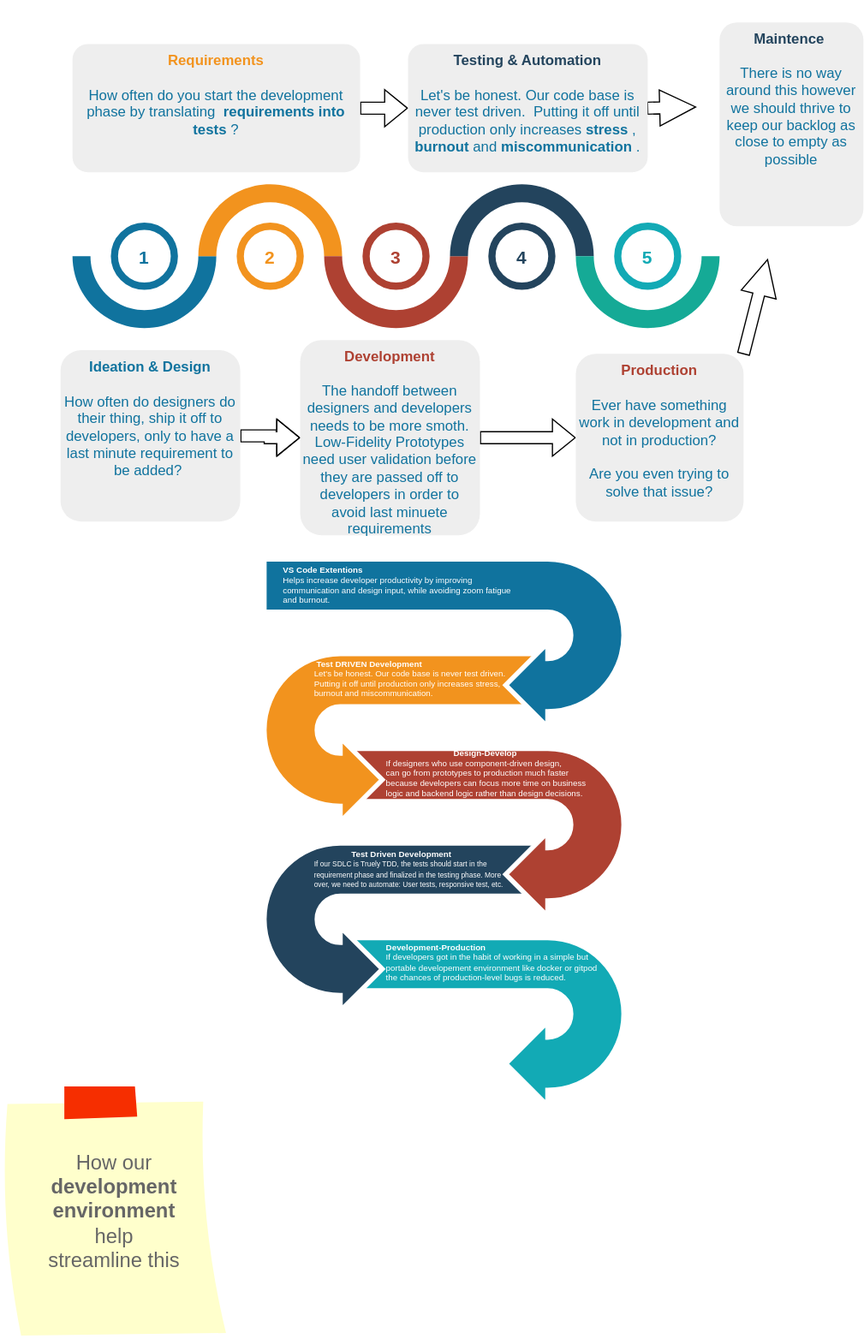
The draw.io diagram CollaborationTemplates/SDLC.drawio.svg in HansUXdev/GhostPlate, before a commit. Source tidied: cells renumbered, new cells last; positions are measured from the earlier drawing's top-left corner, leaving out a move shared by most shapes.
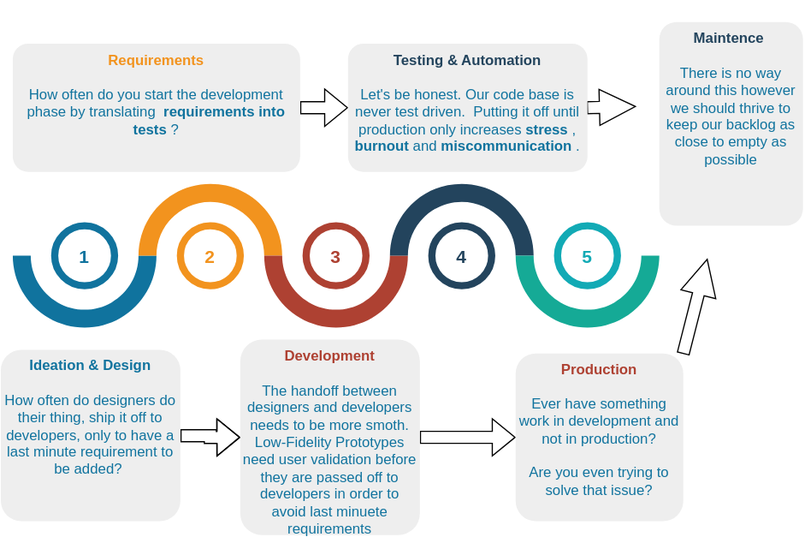
The same file after the commit.

The edit, as a diff of the source:
```diff
@@ -2,36 +2,6 @@
   <root>
     <mxCell id="0" />
     <mxCell id="1" parent="0" />
-    <mxCell id="2" style="html=1;shadow=0;dashed=0;align=center;verticalAlign=middle;shape=mxgraph.arrows2.uTurnArrow;dy=22;arrowHead=70;dx2=35;strokeColor=#ffffff;fillColor=#12AAB5;fontSize=12;fontColor=#3333FF;flipH=1;flipV=1;strokeWidth=4;" parent="1" vertex="1">
-      <mxGeometry x="290" y="766" width="230" height="140" as="geometry" />
-    </mxCell>
-    <mxCell id="3" style="html=1;shadow=0;dashed=0;align=center;verticalAlign=middle;shape=mxgraph.arrows2.uTurnArrow;dy=22;arrowHead=70;dx2=35;strokeColor=#ffffff;fillColor=#23445D;fontSize=12;fontColor=#3333FF;flipV=1;strokeWidth=4;" parent="1" vertex="1">
-      <mxGeometry x="220" y="687" width="230" height="140" as="geometry" />
-    </mxCell>
-    <mxCell id="4" style="html=1;shadow=0;dashed=0;align=center;verticalAlign=middle;shape=mxgraph.arrows2.uTurnArrow;dy=22;arrowHead=70;dx2=35;strokeColor=#ffffff;fillColor=#AE4132;fontSize=12;fontColor=#3333FF;flipH=1;flipV=1;strokeWidth=4;" parent="1" vertex="1">
-      <mxGeometry x="290" y="608" width="230" height="140" as="geometry" />
-    </mxCell>
-    <mxCell id="5" style="html=1;shadow=0;dashed=0;align=center;verticalAlign=middle;shape=mxgraph.arrows2.uTurnArrow;dy=22;arrowHead=70;dx2=35;strokeColor=#ffffff;fillColor=#F2931E;fontSize=12;fontColor=#3333FF;flipV=1;strokeWidth=4;" parent="1" vertex="1">
-      <mxGeometry x="220" y="529" width="230" height="140" as="geometry" />
-    </mxCell>
-    <mxCell id="6" style="html=1;shadow=0;dashed=0;align=center;verticalAlign=middle;shape=mxgraph.arrows2.uTurnArrow;dy=22;arrowHead=70;dx2=35;strokeColor=#ffffff;fillColor=#10739E;fontSize=12;fontColor=#3333FF;flipH=1;flipV=1;strokeWidth=4;" parent="1" vertex="1">
-      <mxGeometry x="220" y="450" width="300" height="140" as="geometry" />
-    </mxCell>
-    <mxCell id="7" value="&lt;b&gt;VS Code Extentions&amp;nbsp;&lt;/b&gt;&lt;br style=&quot;font-size: 7px&quot;&gt;Helps increase developer productivity by improving communication and design input, while avoiding zoom fatigue and burnout." style="rounded=0;whiteSpace=wrap;shadow=0;strokeColor=none;strokeWidth=6;fillColor=none;fontSize=7;fontColor=#FFFFFF;align=left;html=1;spacingLeft=5;" parent="1" vertex="1">
-      <mxGeometry x="229" y="453" width="210" height="37" as="geometry" />
-    </mxCell>
-    <mxCell id="8" value="&lt;b style=&quot;font-size: 7px&quot;&gt;&amp;nbsp;Test DRIVEN Development&lt;/b&gt;&lt;br style=&quot;font-size: 7px&quot;&gt;Let's be honest. Our code base is never test driven.&amp;nbsp; Putting it off until production only increases stress, burnout and miscommunication." style="rounded=0;whiteSpace=wrap;shadow=0;strokeColor=none;strokeWidth=6;fillColor=none;fontSize=7;fontColor=#FFFFFF;align=left;html=1;spacingLeft=5;" parent="1" vertex="1">
-      <mxGeometry x="255" y="527" width="170" height="46" as="geometry" />
-    </mxCell>
-    <mxCell id="9" value="&lt;b style=&quot;font-size: 7px&quot;&gt;&amp;nbsp; &amp;nbsp; &amp;nbsp; &amp;nbsp; &amp;nbsp; &amp;nbsp; &amp;nbsp; &amp;nbsp; &amp;nbsp; &amp;nbsp; &amp;nbsp; &amp;nbsp; &amp;nbsp; &amp;nbsp; &amp;nbsp;Design-Develop&lt;/b&gt;&lt;br style=&quot;font-size: 7px&quot;&gt;If designers who use component-driven design,&lt;br&gt;can go from prototypes to production much faster because developers can focus more time on business logic and backend logic rather than design decisions.&lt;br&gt;" style="rounded=0;whiteSpace=wrap;shadow=0;strokeColor=none;strokeWidth=6;fillColor=none;fontSize=7;fontColor=#FFFFFF;align=left;html=1;spacingLeft=5;" parent="1" vertex="1">
-      <mxGeometry x="315" y="600" width="177" height="57" as="geometry" />
-    </mxCell>
-    <mxCell id="10" value="&lt;b style=&quot;font-size: 7px&quot;&gt;&amp;nbsp; &amp;nbsp; &amp;nbsp; &amp;nbsp; &amp;nbsp; &amp;nbsp; &amp;nbsp; &amp;nbsp; Test Driven Development&lt;/b&gt;&lt;br style=&quot;font-size: 7px&quot;&gt;&lt;font style=&quot;font-size: 6px&quot;&gt;If our SDLC is Truely TDD, the tests should start in the requirement phase and finalized in the testing phase. More over, we need to automate:&amp;nbsp;User tests, responsive test, etc.&lt;/font&gt;" style="rounded=0;whiteSpace=wrap;shadow=0;strokeColor=none;strokeWidth=6;fillColor=none;fontSize=7;fontColor=#FFFFFF;align=left;html=1;spacingLeft=5;" parent="1" vertex="1">
-      <mxGeometry x="255" y="688" width="172" height="41" as="geometry" />
-    </mxCell>
-    <mxCell id="11" value="&lt;b style=&quot;font-size: 7px&quot;&gt;Development-Production&lt;/b&gt;&lt;br style=&quot;font-size: 7px&quot;&gt;If developers got in the habit of working in a simple but portable developement environment like docker or gitpod the chances of production-level bugs is reduced." style="rounded=0;whiteSpace=wrap;shadow=0;strokeColor=none;strokeWidth=6;fillColor=none;fontSize=7;fontColor=#FFFFFF;align=left;html=1;spacingLeft=5;" parent="1" vertex="1">
-      <mxGeometry x="315" y="758" width="185" height="58" as="geometry" />
-    </mxCell>
     <mxCell id="12" style="verticalLabelPosition=bottom;verticalAlign=top;html=1;shape=mxgraph.basic.partConcEllipse;startAngle=0.25;endAngle=0.75;arcWidth=0.25;fillColor=#10739E;strokeColor=none;" parent="1" vertex="1">
       <mxGeometry x="60" y="137" width="120" height="120" as="geometry" />
     </mxCell>
@@ -103,8 +73,5 @@
     <mxCell id="32" value="&lt;font&gt;&lt;font style=&quot;font-size: 12px&quot; color=&quot;#23445D&quot;&gt;&lt;b&gt;Maintence&amp;nbsp;&lt;/b&gt;&lt;/font&gt;&lt;br&gt;&lt;font color=&quot;#10739e&quot;&gt;&lt;br&gt;There is no way around this however we should thrive to keep our backlog as close to empty as possible&lt;/font&gt;&lt;br&gt;&lt;/font&gt;" style="rounded=1;strokeColor=none;fillColor=#EEEEEE;align=center;arcSize=12;verticalAlign=top;whiteSpace=wrap;html=1;fontSize=12;" parent="1" vertex="1">
       <mxGeometry x="600" y="2" width="120" height="170" as="geometry" />
     </mxCell>
-    <mxCell id="33" value="How our &lt;br&gt;&lt;b&gt;development environment&lt;/b&gt;&lt;br&gt;help &lt;br&gt;streamline this" style="strokeWidth=1;shadow=0;dashed=0;align=center;html=1;shape=mxgraph.mockup.text.stickyNote2;fontColor=#666666;mainText=;fontSize=17;whiteSpace=wrap;fillColor=#ffffcc;strokeColor=#F62E00;" parent="1" vertex="1">
-      <mxGeometry y="890" width="190" height="210" as="geometry" />
-    </mxCell>
   </root>
 </mxGraphModel>
```
